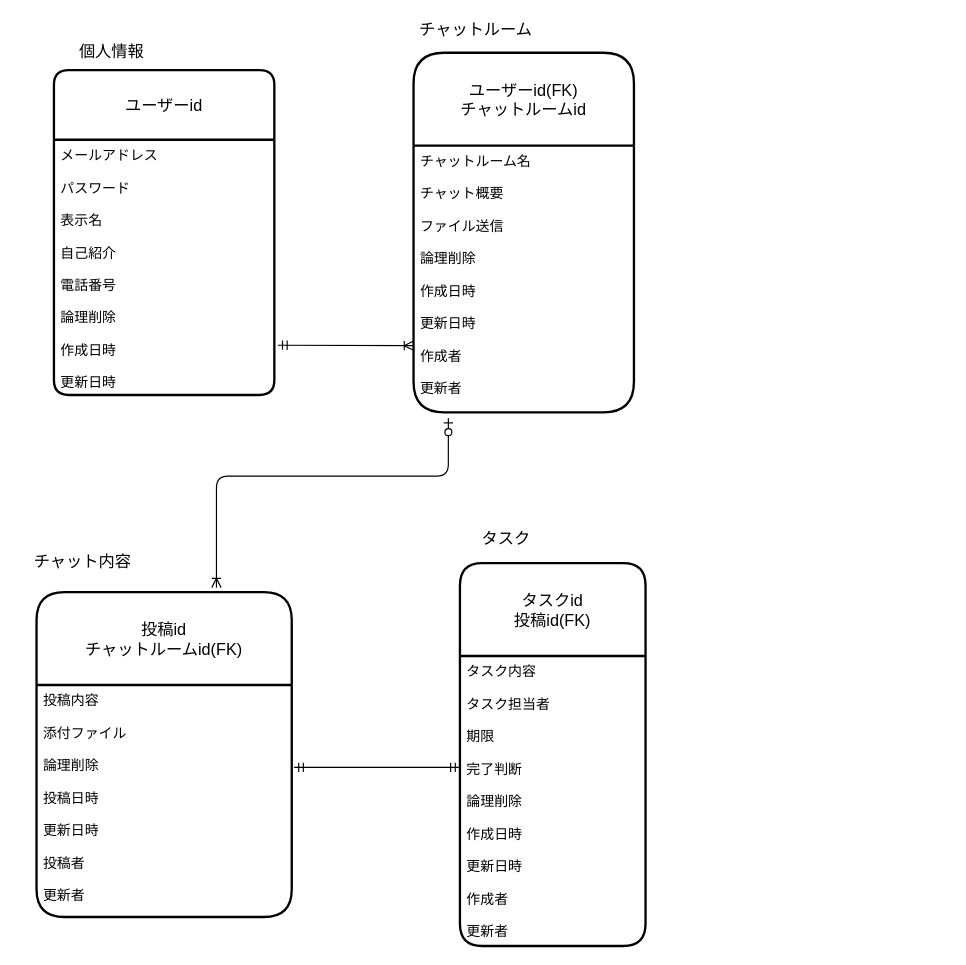
This is db/db-challenge1/db-challenge1.drawio from MunehiroMachida/quelcode-db, a draw.io file, before an edit. Source tidied: cells renumbered, new cells numbered last; positions are measured from the earlier drawing's top-left corner, leaving out a move shared by most shapes. Both pictures are drawn from the tidied source at 116%, with x=0, y=0 at pixel (36, 23).
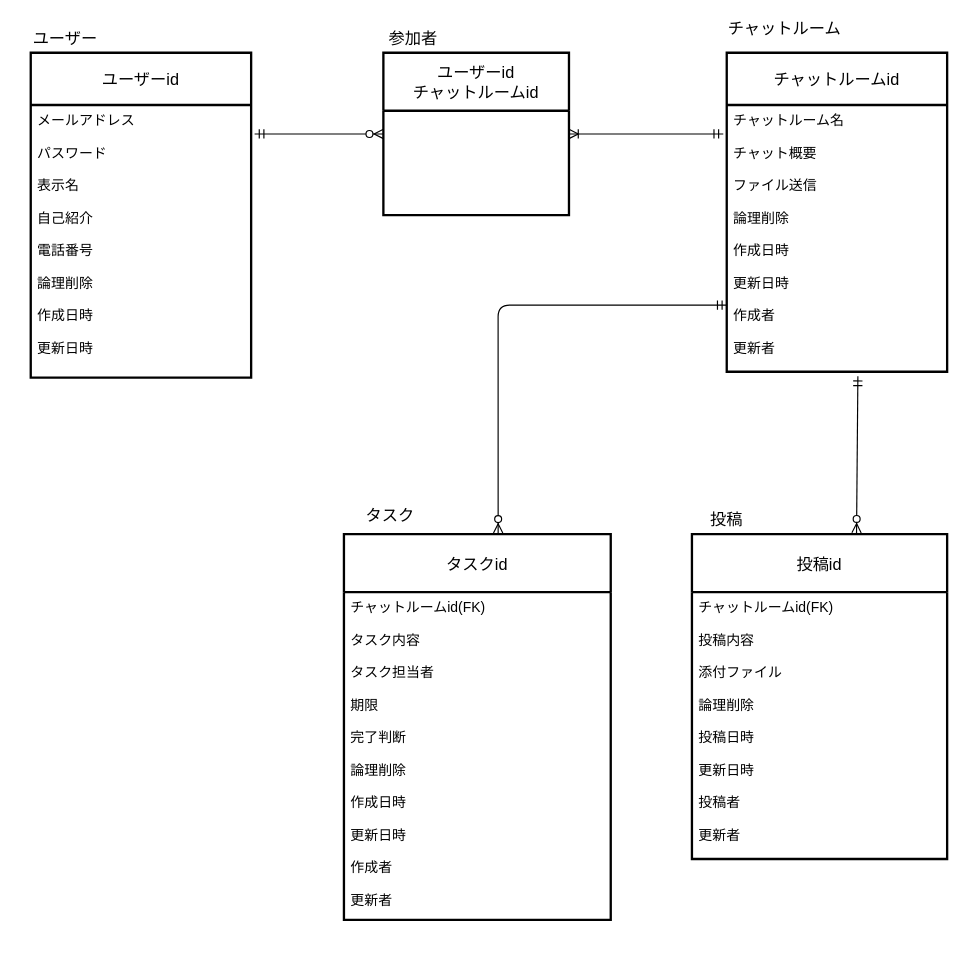
The same page after the edit.

Commit message:
6/30リレーション修正

What changed in the source:
```diff
@@
-    <mxCell id="2" value="個人情報" style="text;align=center;verticalAlign=middle;spacingLeft=4;spacingRight=4;fontSize=14;" parent="1" vertex="1">
-      <mxGeometry x="25" y="10" width="80" height="26" as="geometry" />
+    <mxCell id="2" value="ユーザー" style="text;align=center;verticalAlign=middle;spacingLeft=4;spacingRight=4;fontSize=14;" parent="1" vertex="1">
+      <mxGeometry x="-15" y="-1" width="80" height="26" as="geometry" />
     </mxCell>
     <mxCell id="3" value="チャットルーム&#10;" style="text;align=center;verticalAlign=middle;spacingLeft=4;spacingRight=4;fontSize=14;" parent="1" vertex="1">
-      <mxGeometry x="339" width="80" height="26" as="geometry" />
+      <mxGeometry x="605" y="-1" width="80" height="26" as="geometry" />
     </mxCell>
+    <mxCell id="13" value="投稿" style="text;align=center;verticalAlign=middle;spacingLeft=4;spacingRight=4;fontSize=14;" parent="1" vertex="1">
+      <mxGeometry x="555" y="414" width="80" height="26" as="geometry" />
+    </mxCell>
+    <mxCell id="14" value="タスク" style="text;align=center;verticalAlign=middle;spacingLeft=4;spacingRight=4;fontSize=14;" parent="1" vertex="1">
+      <mxGeometry x="265" y="410" width="80" height="26" as="geometry" />
+    </mxCell>
+    <mxCell id="17" value="参加者" style="text;align=center;verticalAlign=middle;spacingLeft=4;spacingRight=4;fontSize=14;" parent="1" vertex="1">
+      <mxGeometry x="285" y="-1" width="80" height="26" as="geometry" />
+    </mxCell>
+    <mxCell id="18" style="fontSize=12;html=1;endArrow=ERoneToMany;startArrow=ERmandOne;entryX=1;entryY=0.5;entryDx=0;entryDy=0;" parent="1" edge="1" target="20">
+      <mxGeometry relative="1" as="geometry">
+        <mxPoint x="592" y="95" as="sourcePoint" />
+      </mxGeometry>
+    </mxCell>
+    <mxCell id="19" style="fontSize=12;html=1;endArrow=ERzeroToMany;startArrow=ERmandOne;entryX=0;entryY=0.5;entryDx=0;entryDy=0;" parent="1" edge="1" target="20">
+      <mxGeometry relative="1" as="geometry">
+        <mxPoint x="188" y="95" as="sourcePoint" />
+      </mxGeometry>
+    </mxCell>
+    <mxCell id="7" value="チャットルームid" style="swimlane;horizontal=1;startSize=45;rounded=1;fontSize=14;fontStyle=0;strokeWidth=2;shadow=0;dashed=0;align=center;arcSize=0;" parent="1" vertex="1">
+      <mxGeometry x="595" y="25" width="190" height="275" as="geometry" />
+    </mxCell>
+    <mxCell id="8" value="チャットルーム名&#10;&#10;チャット概要&#10;&#10;ファイル送信&#10;&#10;論理削除&#10;&#10;作成日時&#10;&#10;更新日時&#10;&#10;作成者&#10;&#10;更新者" style="align=left;strokeColor=none;fillColor=none;spacingLeft=4;fontSize=12;verticalAlign=top;" parent="7" vertex="1">
+      <mxGeometry y="45" width="190" height="230" as="geometry" />
+    </mxCell>
+    <mxCell id="20" value="ユーザーid&#10;チャットルームid" style="swimlane;horizontal=1;startSize=50;rounded=1;fontSize=14;fontStyle=0;strokeWidth=2;shadow=0;dashed=0;align=center;arcSize=0;" parent="1" vertex="1">
+      <mxGeometry x="299" y="25" width="160" height="140" as="geometry" />
+    </mxCell>
-    <mxCell id="4" value="ユーザーid" style="swimlane;horizontal=1;startSize=60;rounded=1;fontSize=14;fontStyle=0;strokeWidth=2;shadow=0;dashed=0;align=center;arcSize=7;" parent="1" vertex="1">
-      <mxGeometry x="15" y="40" width="190" height="280" as="geometry" />
+    <mxCell id="4" value="ユーザーid" style="swimlane;horizontal=1;startSize=45;rounded=1;fontSize=14;fontStyle=0;strokeWidth=2;shadow=0;dashed=0;align=center;arcSize=0;" parent="1" vertex="1">
+      <mxGeometry x="-5" y="25" width="190" height="280" as="geometry" />
     </mxCell>
     <mxCell id="5" value="メールアドレス&#10;&#10;パスワード&#10;&#10;表示名&#10;&#10;自己紹介&#10;&#10;電話番号&#10;&#10;論理削除&#10;&#10;作成日時&#10;&#10;更新日時&#10;" style="align=left;strokeColor=none;fillColor=none;spacingLeft=4;fontSize=12;verticalAlign=top;" parent="4" vertex="1">
-      <mxGeometry y="60" width="190" height="220" as="geometry" />
+      <mxGeometry y="45" width="190" height="235" as="geometry" />
     </mxCell>
-    <mxCell id="6" style="fontSize=12;html=1;endArrow=ERoneToMany;startArrow=ERmandOne;exitX=1.016;exitY=0.805;exitDx=0;exitDy=0;exitPerimeter=0;entryX=0;entryY=0.75;entryDx=0;entryDy=0;" parent="1" edge="1" source="5" target="8">
-      <mxGeometry relative="1" as="geometry" />
-    </mxCell>
-    <mxCell id="7" value="ユーザーid(FK)&#10;チャットルームid" style="swimlane;horizontal=1;startSize=80;rounded=1;fontSize=14;fontStyle=0;strokeWidth=2;shadow=0;dashed=0;align=center;arcSize=11;" parent="1" vertex="1">
-      <mxGeometry x="325" y="25" width="190" height="310" as="geometry" />
-    </mxCell>
-    <mxCell id="8" value="チャットルーム名&#10;&#10;チャット概要&#10;&#10;ファイル送信&#10;&#10;論理削除&#10;&#10;作成日時&#10;&#10;更新日時&#10;&#10;作成者&#10;&#10;更新者" style="align=left;strokeColor=none;fillColor=none;spacingLeft=4;fontSize=12;verticalAlign=top;" parent="7" vertex="1">
-      <mxGeometry y="80" width="190" height="230" as="geometry" />
-    </mxCell>
+    <mxCell id="11" value="タスクid" style="swimlane;horizontal=1;startSize=50;rounded=1;fontSize=14;fontStyle=0;strokeWidth=2;shadow=0;dashed=0;align=center;arcSize=0;" parent="1" vertex="1">
+      <mxGeometry x="265" y="440" width="230" height="332.5" as="geometry" />
+    </mxCell>
+    <mxCell id="12" value="チャットルームid(FK)&#10;&#10;タスク内容&#10;&#10;タスク担当者&#10;&#10;期限&#10;&#10;完了判断&#10;&#10;論理削除&#10;&#10;作成日時&#10;&#10;更新日時&#10;&#10;作成者&#10;&#10;更新者" style="align=left;strokeColor=none;fillColor=none;spacingLeft=4;fontSize=12;verticalAlign=top;" parent="11" vertex="1">
+      <mxGeometry y="50" width="230" height="282.5" as="geometry" />
+    </mxCell>
-    <mxCell id="9" value="投稿id&#10;チャットルームid(FK)" style="swimlane;horizontal=1;startSize=80;rounded=1;fontSize=14;fontStyle=0;strokeWidth=2;shadow=0;dashed=0;align=center;arcSize=10;" parent="1" vertex="1">
-      <mxGeometry y="490" width="220" height="280" as="geometry" />
+    <mxCell id="9" value="投稿id" style="swimlane;horizontal=1;startSize=50;rounded=1;fontSize=14;fontStyle=0;strokeWidth=2;shadow=0;dashed=0;align=center;arcSize=0;" parent="1" vertex="1">
+      <mxGeometry x="565" y="440" width="220" height="280" as="geometry" />
     </mxCell>
-    <mxCell id="10" value="投稿内容&#10;&#10;添付ファイル&#10;&#10;論理削除&#10;&#10;投稿日時&#10;&#10;更新日時&#10;&#10;投稿者&#10;&#10;更新者" style="align=left;strokeColor=none;fillColor=none;spacingLeft=4;fontSize=12;verticalAlign=top;" parent="9" vertex="1">
-      <mxGeometry y="80" width="220" height="200" as="geometry" />
+    <mxCell id="10" value="チャットルームid(FK)&#10;&#10;投稿内容&#10;&#10;添付ファイル&#10;&#10;論理削除&#10;&#10;投稿日時&#10;&#10;更新日時&#10;&#10;投稿者&#10;&#10;更新者" style="align=left;strokeColor=none;fillColor=none;spacingLeft=4;fontSize=12;verticalAlign=top;" parent="9" vertex="1">
+      <mxGeometry y="50" width="220" height="230" as="geometry" />
     </mxCell>
-    <mxCell id="11" value="タスクid&#10;投稿id(FK)" style="swimlane;horizontal=1;startSize=80;rounded=1;fontSize=14;fontStyle=0;strokeWidth=2;shadow=0;dashed=0;align=center;arcSize=8;" parent="1" vertex="1">
-      <mxGeometry x="365" y="465" width="160" height="330" as="geometry" />
-    </mxCell>
-    <mxCell id="12" value="タスク内容&#10;&#10;タスク担当者&#10;&#10;期限&#10;&#10;完了判断&#10;&#10;論理削除&#10;&#10;作成日時&#10;&#10;更新日時&#10;&#10;作成者&#10;&#10;更新者" style="align=left;strokeColor=none;fillColor=none;spacingLeft=4;fontSize=12;verticalAlign=top;" parent="11" vertex="1">
-      <mxGeometry y="80" width="160" height="250" as="geometry" />
-    </mxCell>
-    <mxCell id="13" value="チャット内容" style="text;align=center;verticalAlign=middle;spacingLeft=4;spacingRight=4;fontSize=14;" parent="1" vertex="1">
-      <mxGeometry y="450" width="80" height="26" as="geometry" />
-    </mxCell>
-    <mxCell id="14" value="タスク" style="text;align=center;verticalAlign=middle;spacingLeft=4;spacingRight=4;fontSize=14;" parent="1" vertex="1">
-      <mxGeometry x="365" y="430" width="80" height="26" as="geometry" />
-    </mxCell>
-    <mxCell id="15" style="fontSize=12;html=1;endArrow=ERoneToMany;startArrow=ERzeroToOne;exitX=0.158;exitY=1.022;exitDx=0;exitDy=0;exitPerimeter=0;entryX=0.705;entryY=-0.014;entryDx=0;entryDy=0;entryPerimeter=0;edgeStyle=orthogonalEdgeStyle;" parent="1" edge="1" source="8" target="9">
-      <mxGeometry relative="1" as="geometry">
-        <Array as="points">
-          <mxPoint x="355" y="390" />
-          <mxPoint x="155" y="390" />
-        </Array>
-      </mxGeometry>
+    <mxCell id="15" style="fontSize=12;html=1;endArrow=ERzeroToMany;startArrow=ERmandOne;entryX=0.645;entryY=-0.004;entryDx=0;entryDy=0;entryPerimeter=0;exitX=0.595;exitY=1.017;exitDx=0;exitDy=0;exitPerimeter=0;" parent="1" edge="1" source="8" target="9">
+      <mxGeometry relative="1" as="geometry" />
     </mxCell>
-    <mxCell id="16" style="fontSize=12;html=1;endArrow=ERmandOne;startArrow=ERmandOne;exitX=1.009;exitY=0.355;exitDx=0;exitDy=0;exitPerimeter=0;" parent="1" edge="1" source="10">
-      <mxGeometry relative="1" as="geometry">
-        <mxPoint x="365" y="641" as="targetPoint" />
-      </mxGeometry>
-    </mxCell>
+    <mxCell id="21" style="edgeStyle=orthogonalEdgeStyle;fontSize=12;html=1;endArrow=ERzeroToMany;startArrow=ERmandOne;entryX=0.578;entryY=-0.003;entryDx=0;entryDy=0;entryPerimeter=0;exitX=0;exitY=0.75;exitDx=0;exitDy=0;" parent="1" edge="1" source="8" target="11">
+      <mxGeometry relative="1" as="geometry" />
+    </mxCell>
```
